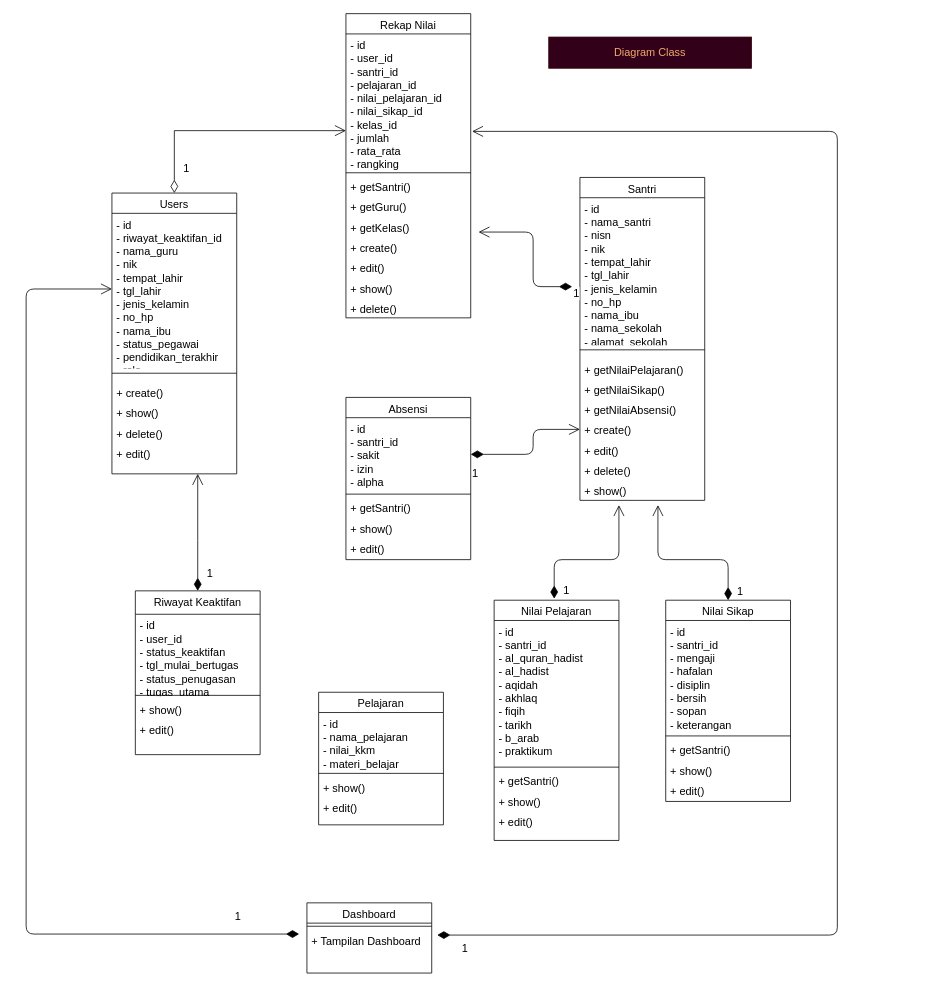
The draw.io diagram page "Diagram-Class" (4 of 17) of draw.io/Proyek-3.drawio in Tugas-Proyek-Polindra/proyek-3, before the edit. Source tidied: cells renumbered, new cells numbered last; positions are measured from the earlier drawing's top-left corner, leaving out a move shared by most shapes. Both pictures are drawn from the tidied source at 78%, with x=0, y=0 at pixel (26, 13).
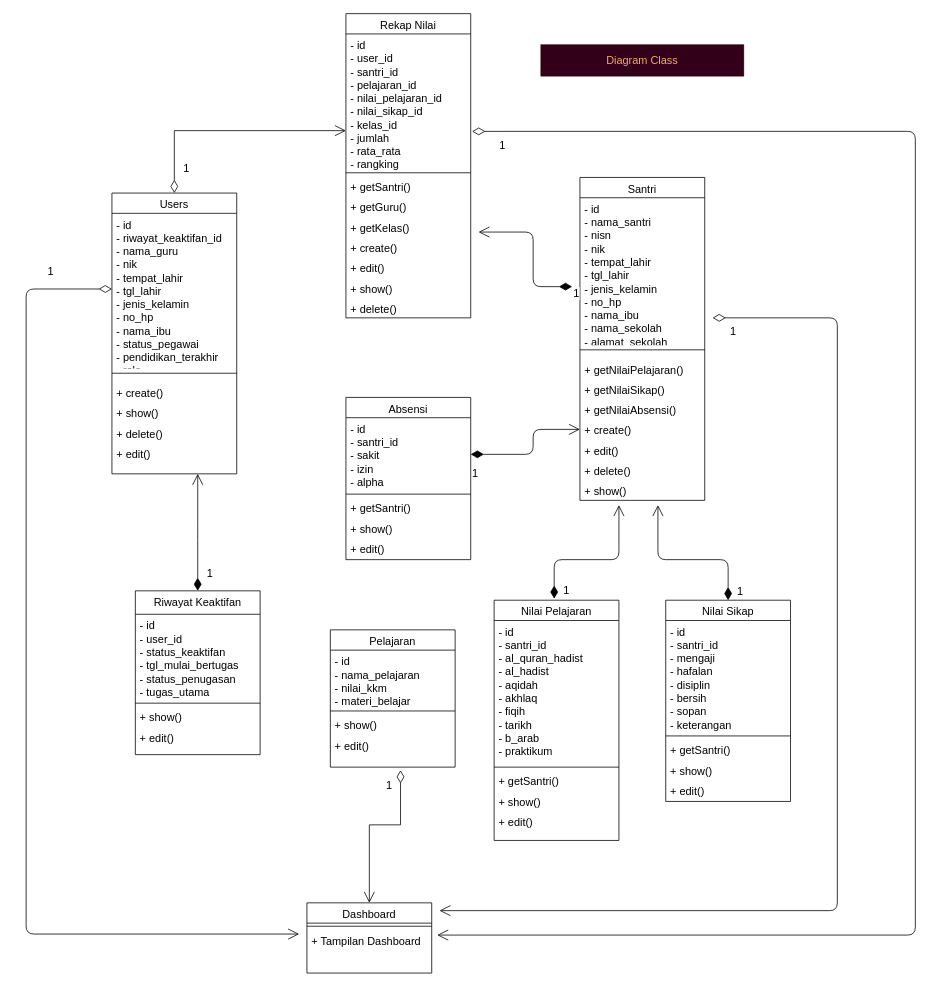
Above is the later version.

The change refers to these unchanged cells:
```xml
<mxCell id="3" value="Users" style="swimlane;fontStyle=0;align=center;verticalAlign=top;horizontal=1;startSize=26;rounded=0;shadow=0;strokeWidth=1;fontSize=14;" parent="1" vertex="1">
  <mxGeometry x="110" y="230" width="160" height="360" as="geometry" />
</mxCell>
<mxCell id="4" value="- id&#10;- riwayat_keaktifan_id&#10;- nama_guru&#10;- nik&#10;- tempat_lahir&#10;- tgl_lahir&#10;- jenis_kelamin&#10;- no_hp&#10;- nama_ibu&#10;- status_pegawai&#10;- pendidikan_terakhir&#10;- role" style="text;align=left;verticalAlign=top;spacingLeft=4;spacingRight=4;overflow=hidden;points=[[0,0.5],[1,0.5]];portConstraint=eastwest;fontSize=14;" parent="3" vertex="1">
  <mxGeometry y="26" width="160" height="194" as="geometry" />
</mxCell>
<mxCell id="22" value="- id &#10;- user_id&#10;- santri_id&#10;- pelajaran_id&#10;- nilai_pelajaran_id&#10;- nilai_sikap_id&#10;- kelas_id&#10;- jumlah&#10;- rata_rata&#10;- rangking" style="text;align=left;verticalAlign=top;spacingLeft=4;spacingRight=4;overflow=hidden;points=[[0,0.5],[1,0.5]];portConstraint=eastwest;fontSize=14;" parent="21" vertex="1">
  <mxGeometry y="26" width="160" height="174" as="geometry" />
</mxCell>
<mxCell id="38" value="Dashboard" style="swimlane;fontStyle=0;align=center;verticalAlign=top;horizontal=1;startSize=26;rounded=0;shadow=0;strokeWidth=1;fontSize=14;" parent="1" vertex="1">
  <mxGeometry x="360" y="1140" width="160" height="90" as="geometry" />
</mxCell>
<mxCell id="40" value="+ Tampilan Dashboard" style="text;align=left;verticalAlign=top;spacingLeft=4;spacingRight=4;overflow=hidden;points=[[0,0.5],[1,0.5]];portConstraint=eastwest;fontStyle=0;fontSize=14;" parent="38" vertex="1">
  <mxGeometry y="34" width="160" height="46" as="geometry" />
</mxCell>
<mxCell id="43" value="- id&#10;- nama_santri&#10;- nisn&#10;- nik&#10;- tempat_lahir&#10;- tgl_lahir&#10;- jenis_kelamin&#10;- no_hp&#10;- nama_ibu&#10;- nama_sekolah&#10;- alamat_sekolah" style="text;align=left;verticalAlign=top;spacingLeft=4;spacingRight=4;overflow=hidden;points=[[0,0.5],[1,0.5]];portConstraint=eastwest;fontSize=14;" parent="42" vertex="1">
  <mxGeometry y="26" width="160" height="184" as="geometry" />
</mxCell>
<mxCell id="60" value="Riwayat Keaktifan" style="swimlane;fontStyle=0;align=center;verticalAlign=top;horizontal=1;startSize=30;rounded=0;shadow=0;strokeWidth=1;fontSize=14;" parent="1" vertex="1">
  <mxGeometry x="140" y="740" width="160" height="210" as="geometry" />
</mxCell>
```

Change to the diagram source:
```diff
@@
+    <mxCell id="68" value="1" style="endArrow=open;html=1;endSize=12;startArrow=diamondThin;startSize=14;startFill=0;edgeStyle=orthogonalEdgeStyle;align=left;verticalAlign=bottom;fontSize=14;entryX=0;entryY=0.5;entryDx=0;entryDy=0;exitX=0;exitY=0.5;exitDx=0;exitDy=0;" parent="3" edge="1" source="4">
+      <mxGeometry x="-0.87" y="-10" relative="1" as="geometry">
+        <mxPoint x="240" y="950" as="targetPoint" />
+        <Array as="points">
+          <mxPoint x="-110" y="123" />
+          <mxPoint x="-110" y="950" />
+        </Array>
+        <mxPoint y="-1" as="offset" />
+      </mxGeometry>
+    </mxCell>
     <mxCell id="10" value="Pelajaran" style="swimlane;fontStyle=0;align=center;verticalAlign=top;horizontal=1;startSize=26;rounded=0;shadow=0;strokeWidth=1;fontSize=14;" parent="1" vertex="1">
-      <mxGeometry x="375" y="870" width="160" height="170" as="geometry" />
+      <mxGeometry x="390" y="790" width="160" height="176" as="geometry" />
     </mxCell>
@@
-    <mxCell id="41" value="1" style="endArrow=open;html=1;endSize=12;startArrow=diamondThin;startSize=14;startFill=1;edgeStyle=orthogonalEdgeStyle;align=left;verticalAlign=bottom;fontSize=14;exitX=1.044;exitY=0.159;exitDx=0;exitDy=0;exitPerimeter=0;entryX=1.011;entryY=0.718;entryDx=0;entryDy=0;entryPerimeter=0;" parent="1" edge="1" source="40" target="22">
-      <mxGeometry x="-0.97" y="-29" relative="1" as="geometry">
-        <Array as="points">
-          <mxPoint x="1040" y="1181" />
-          <mxPoint x="1040" y="151" />
-        </Array>
-      </mxGeometry>
-    </mxCell>
@@
     <mxCell id="53" value="&lt;font color=&quot;#f0aa69&quot; style=&quot;font-size: 14px;&quot;&gt;Diagram Class&lt;/font&gt;" style="text;html=1;align=center;verticalAlign=middle;whiteSpace=wrap;rounded=0;fontColor=#333333;strokeColor=#330000;fillColor=#33001A;fontSize=14;" parent="1" vertex="1">
-      <mxGeometry x="670" y="30" width="260" height="40" as="geometry" />
+      <mxGeometry x="660" y="40" width="260" height="40" as="geometry" />
     </mxCell>
@@
     <mxCell id="61" value="- id&#10;- user_id&#10;- status_keaktifan&#10;- tgl_mulai_bertugas&#10;- status_penugasan&#10;- tugas_utama" style="text;align=left;verticalAlign=top;spacingLeft=4;spacingRight=4;overflow=hidden;fontSize=14;" parent="60" vertex="1">
-      <mxGeometry y="30" width="160" height="100" as="geometry" />
+      <mxGeometry y="30" width="160" height="110" as="geometry" />
     </mxCell>
     <mxCell id="62" style="line;html=1;strokeWidth=1;align=left;verticalAlign=middle;spacingTop=-1;spacingLeft=3;spacingRight=3;labelPosition=right;fontSize=14;" parent="60" vertex="1">
-      <mxGeometry y="130" width="160" height="8" as="geometry" />
+      <mxGeometry y="140" width="160" height="8" as="geometry" />
     </mxCell>
     <mxCell id="63" value="+ show()" style="text;strokeColor=none;fillColor=none;align=left;verticalAlign=top;spacingLeft=4;spacingRight=4;overflow=hidden;fontSize=14;" parent="60" vertex="1">
-      <mxGeometry y="138" width="160" height="26" as="geometry" />
+      <mxGeometry y="148" width="160" height="26" as="geometry" />
     </mxCell>
     <mxCell id="64" value="+ edit()&#10;" style="text;align=left;verticalAlign=top;spacingLeft=4;spacingRight=4;overflow=hidden;fontSize=14;" parent="60" vertex="1">
-      <mxGeometry y="164" width="160" height="26" as="geometry" />
+      <mxGeometry y="174" width="160" height="26" as="geometry" />
     </mxCell>
@@
-    <mxCell id="68" value="1" style="endArrow=open;html=1;endSize=12;startArrow=diamondThin;startSize=14;startFill=1;edgeStyle=orthogonalEdgeStyle;align=left;verticalAlign=bottom;fontSize=14;entryX=0;entryY=0.5;entryDx=0;entryDy=0;" parent="1" edge="1" target="4">
-      <mxGeometry x="-0.87" y="-10" relative="1" as="geometry">
-        <mxPoint x="350" y="1180" as="sourcePoint" />
-        <Array as="points">
-          <mxPoint y="1180" />
-          <mxPoint y="353" />
-        </Array>
-        <mxPoint y="-1" as="offset" />
-      </mxGeometry>
-    </mxCell>
+    <mxCell id="69" value="1" style="endArrow=open;html=1;endSize=12;startArrow=diamondThin;startSize=14;startFill=0;edgeStyle=orthogonalEdgeStyle;align=left;verticalAlign=bottom;rounded=0;fontSize=14;entryX=0.5;entryY=0;entryDx=0;entryDy=0;" parent="1" edge="1" target="38">
+      <mxGeometry x="-0.71" y="-20" relative="1" as="geometry">
+        <mxPoint x="480" y="970" as="sourcePoint" />
+        <Array as="points">
+          <mxPoint x="480" y="1040" />
+          <mxPoint x="440" y="1040" />
+        </Array>
+      </mxGeometry>
+    </mxCell>
+    <mxCell id="41" value="1" style="endArrow=open;html=1;endSize=12;startArrow=diamondThin;startSize=14;startFill=0;edgeStyle=orthogonalEdgeStyle;align=left;verticalAlign=bottom;fontSize=14;exitX=1.011;exitY=0.718;exitDx=0;exitDy=0;exitPerimeter=0;entryX=1.044;entryY=0.159;entryDx=0;entryDy=0;entryPerimeter=0;" parent="1" edge="1" source="22" target="40">
+      <mxGeometry x="-0.97" y="-29" relative="1" as="geometry">
+        <Array as="points">
+          <mxPoint x="1140" y="151" />
+          <mxPoint x="1140" y="1181" />
+        </Array>
+      </mxGeometry>
+    </mxCell>
+    <mxCell id="70" value="1" style="endArrow=open;html=1;endSize=12;startArrow=diamondThin;startSize=14;startFill=0;edgeStyle=orthogonalEdgeStyle;align=left;verticalAlign=bottom;fontSize=14;exitX=1.063;exitY=0.837;exitDx=0;exitDy=0;exitPerimeter=0;" parent="1" edge="1" source="43">
+      <mxGeometry x="-0.97" y="-29" relative="1" as="geometry">
+        <mxPoint x="530" y="1150" as="targetPoint" />
+        <Array as="points">
+          <mxPoint x="1040" y="390" />
+          <mxPoint x="1040" y="1150" />
+        </Array>
+      </mxGeometry>
+    </mxCell>
```
